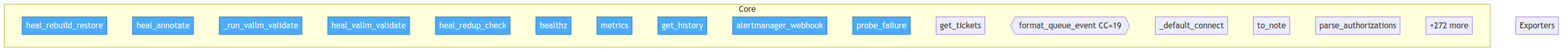
Above: project/flow.png in semcod/koru (Mermaid), before the change. Its source is kept beside it as project/flow.mmd.
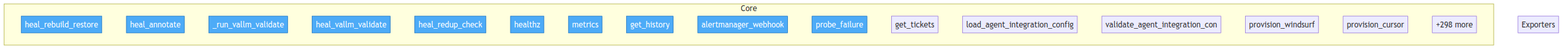
After the change.

The edit, as a diff of the source:
```diff
@@ -14,11 +14,11 @@
         services__healing_webhook__app__alertmanager_webhook["alertmanager_webhook"]
         services__healing_webhook__app__probe_failure["probe_failure"]
         services__healing_webhook__app__get_tickets["get_tickets"]
-        src__koru__watch__format_queue_event{{format_queue_event CC=19}}
-        src__koru__watch___default_connect["_default_connect"]
-        src__koru__gate__GateAuthorization__to_note["to_note"]
-        src__koru__gate__parse_authorizations["parse_authorizations"]
-        ...["+272 more"]
+        src__koru__agent_backends__load_agent_integration_config["load_agent_integration_config"]
+        src__koru__agent_backends__validate_agent_integration_config["validate_agent_integration_con"]
+        src__koru__mcp_provision__provision_windsurf["provision_windsurf"]
+        src__koru__mcp_provision__provision_cursor["provision_cursor"]
+        ...["+298 more"]
     end
 
     subgraph Exporters
```
